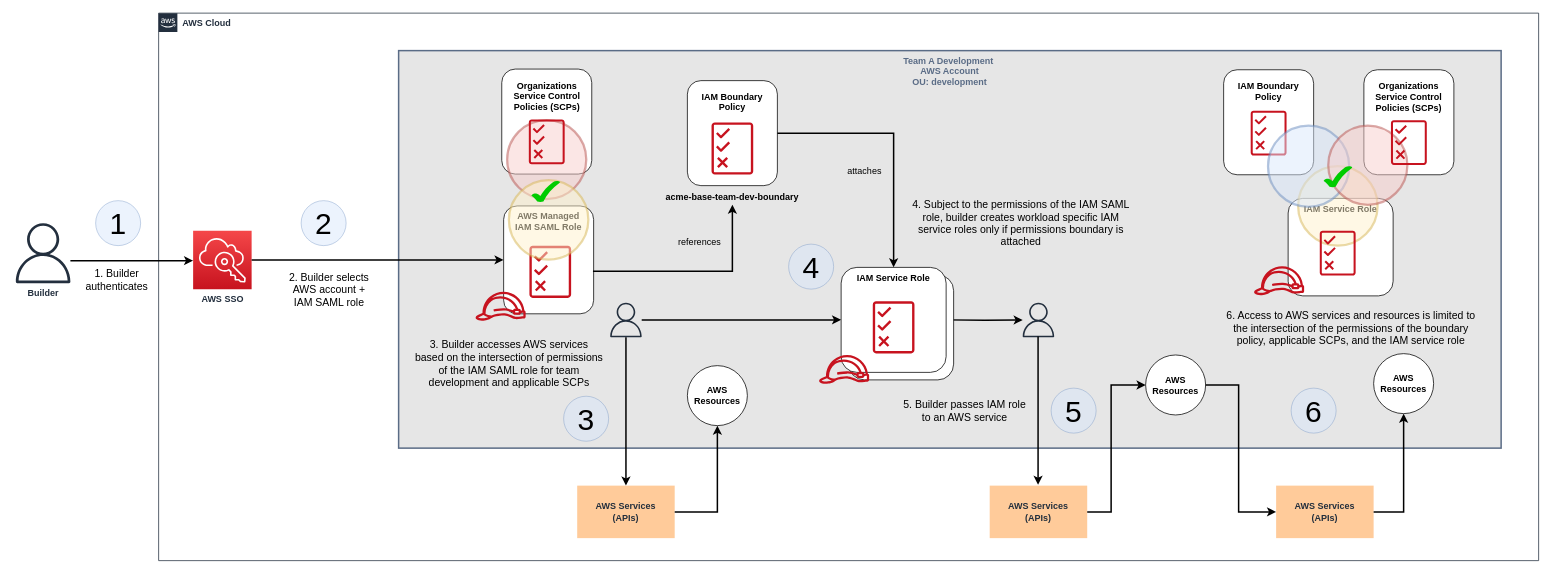
This is page "team-dev-access-usage" (10 of 10) of drawings/initial-foundation.drawio from aws-samples/aws-get-started-workshop, a draw.io file, before an edit. Source tidied: cells renumbered, new cells numbered last; positions are measured from the earlier drawing's top-left corner, leaving out a move shared by most shapes. Both pictures are drawn from the tidied source at 75%, with x=0, y=0 at pixel (13, 13).
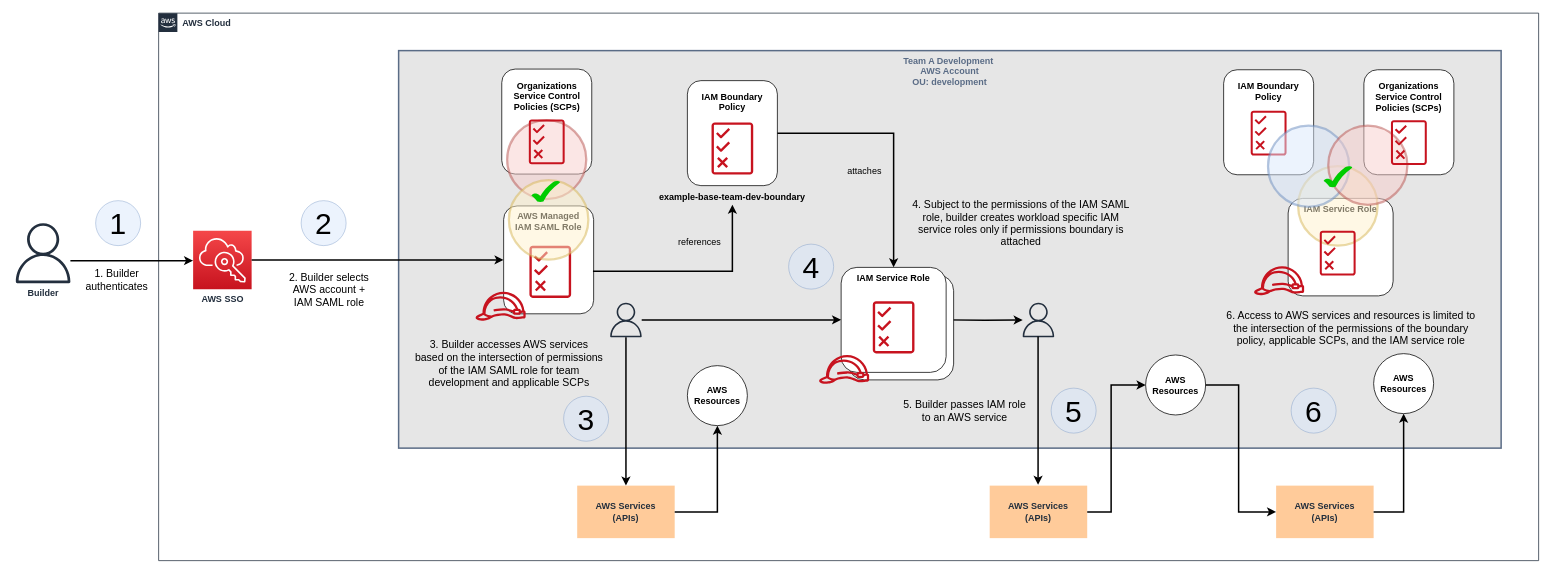
The same page after the edit.

Commit message (it also covers changes not shown here):
change all refs to acme to example

Diff of the diagram source:
```diff
@@
-    <mxCell id="11" value="acme-base-team-dev-boundary" style="text;html=1;strokeColor=none;fillColor=none;align=center;verticalAlign=middle;whiteSpace=wrap;rounded=0;fontStyle=1;" parent="1" vertex="1">
+    <mxCell id="11" value="example-base-team-dev-boundary" style="text;html=1;strokeColor=none;fillColor=none;align=center;verticalAlign=middle;whiteSpace=wrap;rounded=0;fontStyle=1;" parent="1" vertex="1">
       <mxGeometry x="834" y="235.5" width="250" height="20" as="geometry" />
     </mxCell>
```
